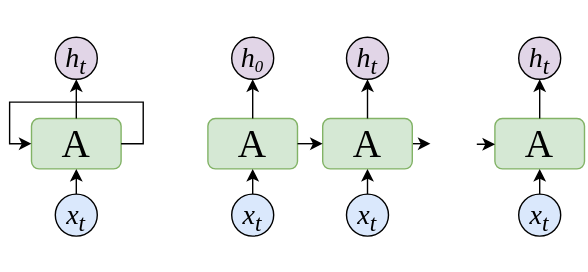
Before: RNN.drawio.svg, a diagram exported from draw.io (master-fency/plot). Source tidied: cells renumbered, new cells last; positions are measured from the earlier drawing's top-left corner, leaving out a move shared by most shapes.
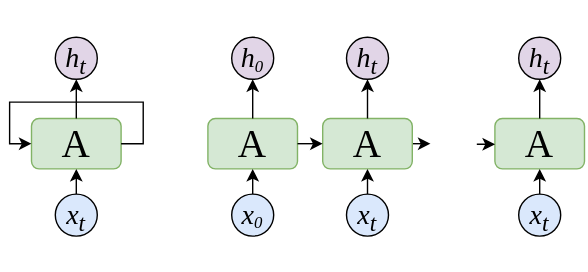
After the commit.

Diff of the diagram source:
```diff
@@ -42,7 +42,7 @@
     <mxCell id="12" style="edgeStyle=orthogonalEdgeStyle;rounded=0;jettySize=auto;html=1;exitX=0.5;exitY=0;exitDx=0;exitDy=0;entryX=0.5;entryY=1;entryDx=0;entryDy=0;" parent="9" edge="1" source="13" target="10">
       <mxGeometry relative="1" as="geometry" />
     </mxCell>
-    <mxCell id="13" value="&lt;font face=&quot;Times New Roman&quot;&gt;&lt;span style=&quot;font-size: 20px;&quot;&gt;&lt;i&gt;x&lt;sub&gt;t&lt;/sub&gt;&lt;/i&gt;&lt;/span&gt;&lt;/font&gt;" style="ellipse;whiteSpace=wrap;html=1;shapeInside=1;fillColor=#dae8fc;strokeColor=#000000;" parent="9" vertex="1">
+    <mxCell id="13" value="&lt;font face=&quot;Times New Roman&quot;&gt;&lt;i style=&quot;&quot;&gt;&lt;span style=&quot;font-size: 20px;&quot;&gt;x&lt;/span&gt;&lt;sub style=&quot;&quot;&gt;&lt;font style=&quot;font-size: 12px;&quot;&gt;0&lt;/font&gt;&lt;/sub&gt;&lt;/i&gt;&lt;/font&gt;" style="ellipse;whiteSpace=wrap;html=1;shapeInside=1;fillColor=#dae8fc;strokeColor=#000000;" parent="9" vertex="1">
       <mxGeometry x="17" y="112" width="30" height="30" as="geometry" />
     </mxCell>
     <mxCell id="14" style="endArrow=classic;html=1;rounded=0;exitX=0.5;exitY=0;exitDx=0;exitDy=0;entryX=0.5;entryY=1;entryDx=0;entryDy=0;" parent="9" edge="1" source="10" target="11">
```
